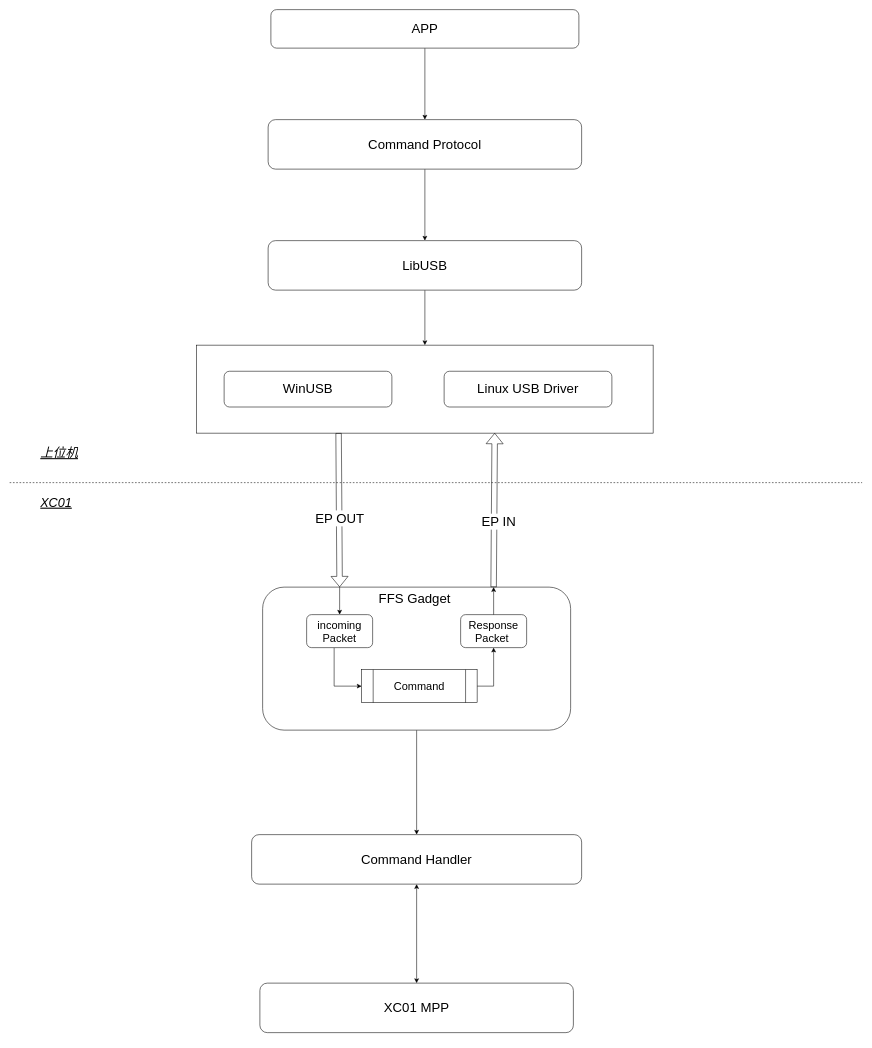
Earlier version of the draw.io diagram page "FFS" (1 of 4) of xc01 usb.drawio (joliet0l/Diagram). Source tidied: cells renumbered, new cells numbered last; positions are measured from the earlier drawing's top-left corner, leaving out a move shared by most shapes. Both pictures are drawn from the tidied source at 55%, with x=0, y=0 at pixel (9, 9).
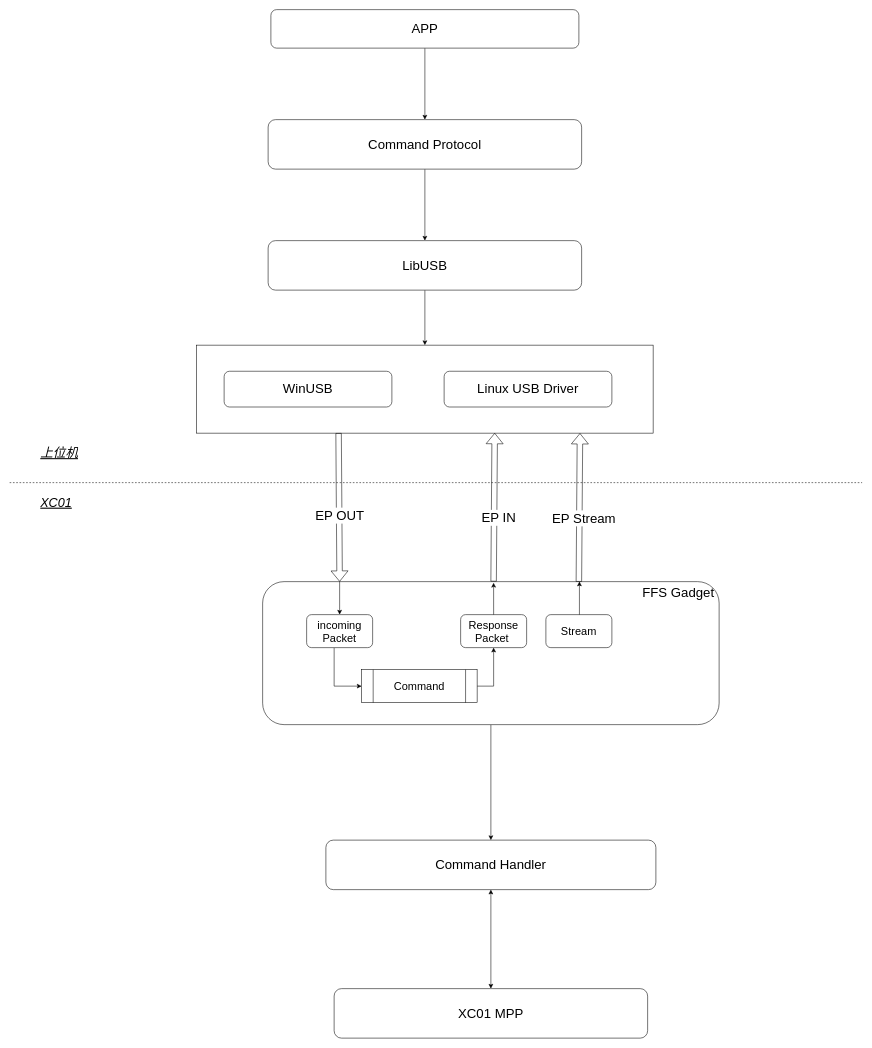
Above is the later version.

Unchanged cells that the change refers to:
```xml
<mxCell id="2" style="rounded=0;whiteSpace=wrap;html=1;" parent="1" vertex="1">
  <mxGeometry x="340" y="610" width="830" height="160" as="geometry" />
</mxCell>
<mxCell id="15" value="&lt;div&gt;incoming&lt;/div&gt;&lt;div&gt;Packet&lt;/div&gt;" style="rounded=1;whiteSpace=wrap;html=1;fontSize=20;" parent="1" vertex="1">
  <mxGeometry x="540" y="1100" width="120" height="60" as="geometry" />
</mxCell>
<mxCell id="16" value="&lt;div&gt;Response&lt;/div&gt;&lt;div&gt;Packet&amp;nbsp;&lt;/div&gt;" style="rounded=1;whiteSpace=wrap;html=1;fontSize=20;" parent="1" vertex="1">
  <mxGeometry x="820" y="1100" width="120" height="60" as="geometry" />
</mxCell>
```

What changed in the source:
```diff
@@
-    <mxCell id="4" value="FFS Gadget&amp;nbsp;" style="rounded=1;whiteSpace=wrap;html=1;fontSize=24;labelPosition=center;verticalLabelPosition=middle;align=center;verticalAlign=top;" parent="1" vertex="1">
-      <mxGeometry x="460" y="1050" width="560" height="260" as="geometry" />
+    <mxCell id="4" value="FFS Gadget&amp;nbsp;" style="rounded=1;whiteSpace=wrap;html=1;fontSize=24;labelPosition=center;verticalLabelPosition=middle;align=right;verticalAlign=top;" parent="1" vertex="1">
+      <mxGeometry x="460" y="1040" width="830" height="260" as="geometry" />
     </mxCell>
@@
-    <mxCell id="8" style="shape=flexArrow;endArrow=classic;html=1;rounded=0;fontSize=19;entryX=0.25;entryY=0;entryDx=0;entryDy=0;exitX=0.311;exitY=1;exitDx=0;exitDy=0;exitPerimeter=0;" parent="1" edge="1" source="2" target="4">
-      <mxGeometry relative="1" as="geometry" />
+    <mxCell id="8" style="shape=flexArrow;endArrow=classic;html=1;rounded=0;fontSize=19;exitX=0.311;exitY=1;exitDx=0;exitDy=0;exitPerimeter=0;" parent="1" edge="1" source="2">
+      <mxGeometry relative="1" as="geometry">
+        <mxPoint x="600" y="1040" as="targetPoint" />
+      </mxGeometry>
     </mxCell>
@@
-    <mxCell id="10" style="shape=flexArrow;endArrow=classic;html=1;rounded=0;exitX=0.75;exitY=0;exitDx=0;exitDy=0;entryX=0.653;entryY=0.999;entryDx=0;entryDy=0;entryPerimeter=0;" parent="1" edge="1" source="4" target="2">
+    <mxCell id="10" style="shape=flexArrow;endArrow=classic;html=1;rounded=0;exitX=0.506;exitY=-0.001;exitDx=0;exitDy=0;entryX=0.653;entryY=0.999;entryDx=0;entryDy=0;entryPerimeter=0;exitPerimeter=0;" parent="1" edge="1" source="4" target="2">
       <mxGeometry relative="1" as="geometry" />
     </mxCell>
@@
-    <mxCell id="17" style="endArrow=none;html=1;rounded=0;entryX=0.25;entryY=0;entryDx=0;entryDy=0;exitX=0.5;exitY=0;exitDx=0;exitDy=0;startArrow=classic;startFill=1;" parent="1" edge="1" source="15" target="4">
-      <mxGeometry relative="1" as="geometry" />
+    <mxCell id="17" style="endArrow=none;html=1;rounded=0;exitX=0.5;exitY=0;exitDx=0;exitDy=0;startArrow=classic;startFill=1;" parent="1" edge="1" source="15">
+      <mxGeometry relative="1" as="geometry">
+        <mxPoint x="600" y="1040" as="targetPoint" />
+      </mxGeometry>
     </mxCell>
-    <mxCell id="18" style="endArrow=classic;html=1;rounded=0;entryX=0.75;entryY=0;entryDx=0;entryDy=0;exitX=0.5;exitY=0;exitDx=0;exitDy=0;" parent="1" edge="1" source="16" target="4">
+    <mxCell id="18" style="endArrow=classic;html=1;rounded=0;entryX=0.506;entryY=0.008;entryDx=0;entryDy=0;exitX=0.5;exitY=0;exitDx=0;exitDy=0;entryPerimeter=0;" parent="1" edge="1" source="16" target="4">
       <mxGeometry relative="1" as="geometry" />
     </mxCell>
@@
     <mxCell id="26" value="Command Handler" style="rounded=1;whiteSpace=wrap;html=1;fontSize=24;" parent="1" vertex="1">
-      <mxGeometry x="440" y="1500" width="600" height="90" as="geometry" />
+      <mxGeometry x="575" y="1510" width="600" height="90" as="geometry" />
     </mxCell>
     <mxCell id="27" value="XC01 MPP" style="rounded=1;whiteSpace=wrap;html=1;fontSize=24;" parent="1" vertex="1">
-      <mxGeometry x="455" y="1770" width="570" height="90" as="geometry" />
+      <mxGeometry x="590" y="1780" width="570" height="90" as="geometry" />
     </mxCell>
@@
+    <mxCell id="30" value="Stream" style="rounded=1;whiteSpace=wrap;html=1;fontSize=20;" parent="1" vertex="1">
+      <mxGeometry x="975" y="1100" width="120" height="60" as="geometry" />
+    </mxCell>
+    <mxCell id="31" style="edgeStyle=orthogonalEdgeStyle;rounded=0;jettySize=auto;html=1;entryX=0.694;entryY=-0.001;entryDx=0;entryDy=0;entryPerimeter=0;" parent="1" edge="1" source="30" target="4">
+      <mxGeometry relative="1" as="geometry">
+        <Array as="points">
+          <mxPoint x="1030" y="1100" />
+          <mxPoint x="1030" y="1100" />
+        </Array>
+      </mxGeometry>
+    </mxCell>
+    <mxCell id="32" style="shape=flexArrow;endArrow=classic;html=1;rounded=0;exitX=0.506;exitY=-0.001;exitDx=0;exitDy=0;entryX=0.653;entryY=0.999;entryDx=0;entryDy=0;entryPerimeter=0;exitPerimeter=0;" parent="1" edge="1">
+      <mxGeometry relative="1" as="geometry">
+        <mxPoint x="1035" y="1040.2" as="sourcePoint" />
+        <mxPoint x="1037" y="770.2" as="targetPoint" />
+      </mxGeometry>
+    </mxCell>
+    <mxCell id="33" value="&lt;font style=&quot;font-size: 24px;&quot;&gt;EP Stream&lt;/font&gt;" style="edgeLabel;html=1;align=center;verticalAlign=middle;" parent="32" vertex="1">
+      <mxGeometry x="-0.14" y="-8" relative="1" as="geometry" />
+    </mxCell>
```
